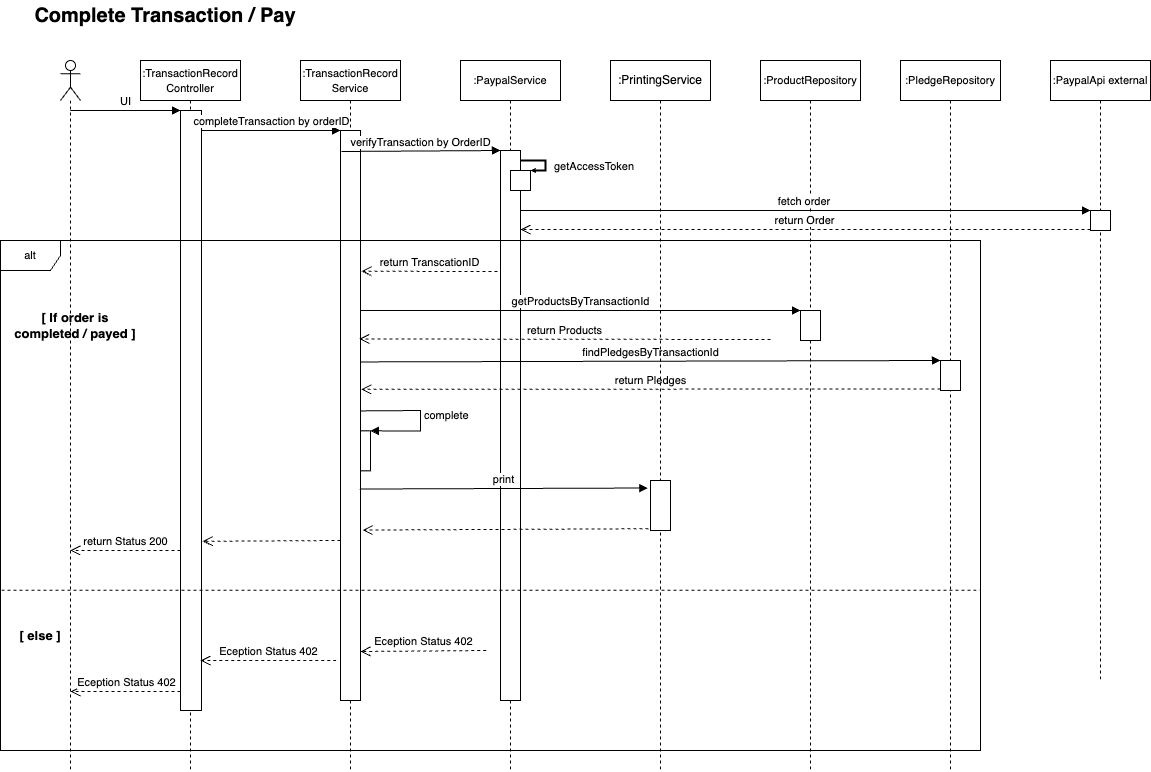
Before: diagrams/transactionComplete.drawio.png, a diagram exported from draw.io (SE-2-Wuhler/cash-register-system). Source tidied: cells renumbered, new cells last; positions are measured from the earlier drawing's top-left corner, leaving out a move shared by most shapes.
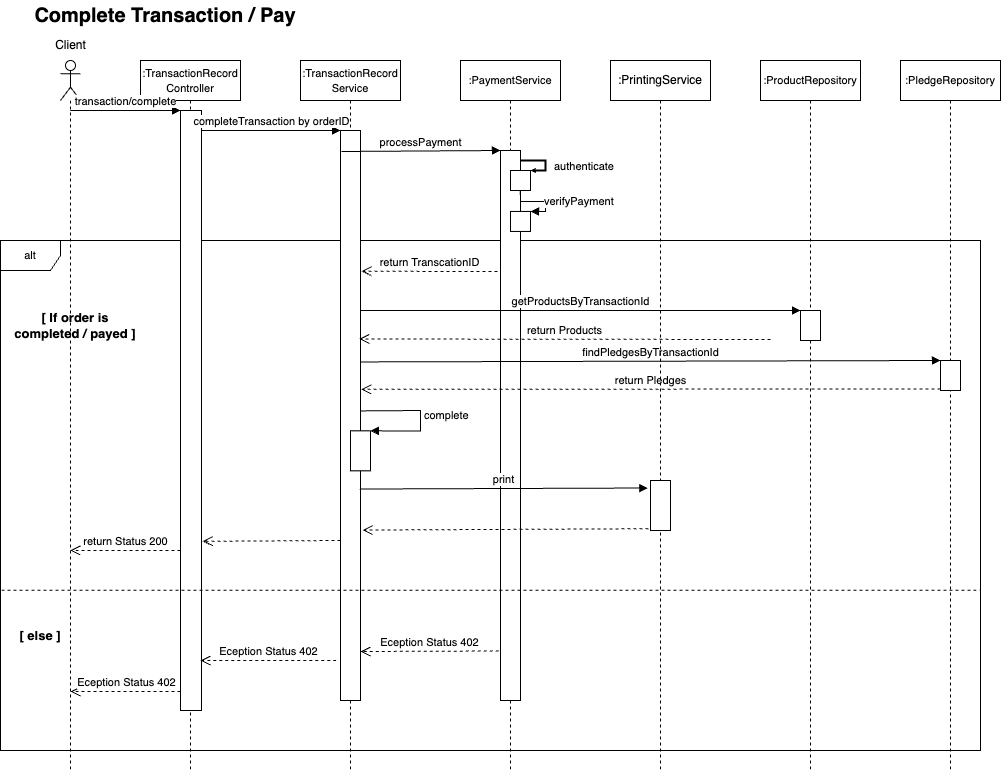
After the commit.

Diff of the diagram source:
```diff
@@ -2,6 +2,9 @@
   <root>
     <mxCell id="0" />
     <mxCell id="1" parent="0" />
+    <mxCell id="42" value="alt" style="shape=umlFrame;whiteSpace=wrap;html=1;fontSize=11;" parent="1" vertex="1">
+      <mxGeometry y="240" width="980" height="510" as="geometry" />
+    </mxCell>
     <mxCell id="2" value="&lt;font style=&quot;font-size: 11px;&quot;&gt;:TransactionRecord&lt;br&gt;Controller&lt;/font&gt;" style="shape=umlLifeline;perimeter=lifelinePerimeter;whiteSpace=wrap;html=1;" parent="1" vertex="1">
       <mxGeometry x="140" y="60" width="100" height="710" as="geometry" />
     </mxCell>
@@ -14,7 +17,7 @@
     <mxCell id="5" style="html=1;points=[];perimeter=orthogonalPerimeter;fontSize=11;" parent="4" vertex="1">
       <mxGeometry x="40" y="250" width="20" height="30" as="geometry" />
     </mxCell>
-    <mxCell id="6" value="&lt;font style=&quot;font-size: 11px;&quot;&gt;:PaypalService&lt;/font&gt;" style="shape=umlLifeline;perimeter=lifelinePerimeter;whiteSpace=wrap;html=1;" parent="1" vertex="1">
+    <mxCell id="6" value="&lt;font style=&quot;font-size: 11px;&quot;&gt;:PaymentService&lt;/font&gt;" style="shape=umlLifeline;perimeter=lifelinePerimeter;whiteSpace=wrap;html=1;" parent="1" vertex="1">
       <mxGeometry x="460" y="60" width="100" height="710" as="geometry" />
     </mxCell>
     <mxCell id="7" style="html=1;points=[];perimeter=orthogonalPerimeter;" parent="6" vertex="1">
@@ -23,7 +26,7 @@
     <mxCell id="8" style="html=1;points=[];perimeter=orthogonalPerimeter;fontSize=11;" parent="6" vertex="1">
       <mxGeometry x="50" y="110" width="20" height="20" as="geometry" />
     </mxCell>
-    <mxCell id="9" value="getAccessToken" style="edgeStyle=orthogonalEdgeStyle;html=1;align=left;spacingLeft=2;endArrow=block;rounded=0;entryX=1;entryY=0;strokeWidth=2;fontSize=11;endSize=0;jumpSize=12;" parent="6" edge="1" target="8">
+    <mxCell id="9" value="authenticate" style="edgeStyle=orthogonalEdgeStyle;html=1;align=left;spacingLeft=2;endArrow=block;rounded=0;entryX=1;entryY=0;strokeWidth=2;fontSize=11;endSize=0;jumpSize=12;" parent="6" edge="1" target="8">
       <mxGeometry x="0.23" y="5" relative="1" as="geometry">
         <mxPoint x="60" y="100" as="sourcePoint" />
         <Array as="points">
@@ -33,16 +36,23 @@
         </Array>
       </mxGeometry>
     </mxCell>
-    <mxCell id="10" value="&lt;font style=&quot;font-size: 11px;&quot;&gt;:PaypalApi external&lt;/font&gt;" style="shape=umlLifeline;perimeter=lifelinePerimeter;whiteSpace=wrap;html=1;" parent="1" vertex="1">
-      <mxGeometry x="1050" y="60" width="100" height="620" as="geometry" />
-    </mxCell>
-    <mxCell id="11" style="html=1;points=[];perimeter=orthogonalPerimeter;" parent="10" vertex="1">
-      <mxGeometry x="40" y="150" width="20" height="20" as="geometry" />
-    </mxCell>
+    <mxCell id="43" style="html=1;points=[];perimeter=orthogonalPerimeter;" parent="6" vertex="1">
+      <mxGeometry x="50" y="150.9" width="20" height="20" as="geometry" />
+    </mxCell>
+    <mxCell id="44" value="verifyPayment" style="edgeStyle=orthogonalEdgeStyle;html=1;align=left;spacingLeft=2;endArrow=block;rounded=0;entryX=1;entryY=0;exitX=1.043;exitY=0.091;exitDx=0;exitDy=0;exitPerimeter=0;" parent="6" edge="1" target="43">
+      <mxGeometry x="0.01" relative="1" as="geometry">
+        <mxPoint x="59.9" y="130" as="sourcePoint" />
+        <Array as="points">
+          <mxPoint x="60" y="141" />
+          <mxPoint x="85" y="141" />
+          <mxPoint x="85" y="151" />
+        </Array>
+      </mxGeometry>
+    </mxCell>
     <mxCell id="12" style="shape=umlLifeline;participant=umlActor;perimeter=lifelinePerimeter;whiteSpace=wrap;html=1;verticalAlign=top;spacingTop=36;outlineConnect=0;" parent="1" vertex="1">
       <mxGeometry x="60" y="60" width="20" height="710" as="geometry" />
     </mxCell>
-    <mxCell id="13" value="UI" style="html=1;verticalAlign=bottom;endArrow=block;entryX=0;entryY=0;" parent="1" edge="1" source="12" target="3">
+    <mxCell id="13" value="transaction/complete" style="html=1;verticalAlign=bottom;endArrow=block;entryX=0;entryY=0;" parent="1" edge="1" source="12" target="3">
       <mxGeometry relative="1" as="geometry" />
     </mxCell>
     <mxCell id="14" value="&lt;font style=&quot;font-size: 11px;&quot;&gt;:TransactionRecord&lt;br&gt;Service&lt;/font&gt;" style="shape=umlLifeline;perimeter=lifelinePerimeter;whiteSpace=wrap;html=1;" parent="1" vertex="1">
@@ -57,30 +67,20 @@
         </Array>
       </mxGeometry>
     </mxCell>
+    <mxCell id="17" style="html=1;points=[];perimeter=orthogonalPerimeter;" parent="14" vertex="1">
+      <mxGeometry x="40" y="70" width="20" height="570" as="geometry" />
+    </mxCell>
     <mxCell id="16" style="html=1;points=[];perimeter=orthogonalPerimeter;fontSize=11;" parent="14" vertex="1">
       <mxGeometry x="50" y="370.4" width="20" height="40" as="geometry" />
     </mxCell>
-    <mxCell id="17" style="html=1;points=[];perimeter=orthogonalPerimeter;" parent="14" vertex="1">
-      <mxGeometry x="40" y="70" width="20" height="570" as="geometry" />
-    </mxCell>
     <mxCell id="18" value="completeTransaction by orderID" style="html=1;verticalAlign=bottom;endArrow=block;entryX=0;entryY=0;" parent="1" edge="1" source="3" target="17">
       <mxGeometry relative="1" as="geometry" />
     </mxCell>
-    <mxCell id="19" value="verifyTransaction by OrderID" style="html=1;verticalAlign=bottom;endArrow=block;entryX=0;entryY=0;" parent="1" edge="1" target="7">
+    <mxCell id="19" value="processPayment" style="html=1;verticalAlign=bottom;endArrow=block;entryX=0;entryY=0;" parent="1" edge="1" target="7">
       <mxGeometry relative="1" as="geometry">
         <mxPoint x="341" y="151" as="sourcePoint" />
       </mxGeometry>
     </mxCell>
-    <mxCell id="20" value="fetch order&amp;nbsp;" style="html=1;verticalAlign=bottom;endArrow=block;entryX=0;entryY=0;" parent="1" edge="1" target="11">
-      <mxGeometry relative="1" as="geometry">
-        <mxPoint x="520" y="210" as="sourcePoint" />
-      </mxGeometry>
-    </mxCell>
-    <mxCell id="21" value="return Order" style="html=1;verticalAlign=bottom;endArrow=open;dashed=1;endSize=8;exitX=0;exitY=0.95;" parent="1" edge="1" source="11">
-      <mxGeometry relative="1" as="geometry">
-        <mxPoint x="520" y="229" as="targetPoint" />
-      </mxGeometry>
-    </mxCell>
     <mxCell id="22" value="return TranscationID" style="html=1;verticalAlign=bottom;endArrow=open;dashed=1;endSize=8;entryX=1.05;entryY=0.247;entryDx=0;entryDy=0;entryPerimeter=0;exitX=-0.15;exitY=0.22;exitDx=0;exitDy=0;exitPerimeter=0;" parent="1" edge="1" source="7" target="17">
       <mxGeometry relative="1" as="geometry" />
     </mxCell>
@@ -90,8 +90,10 @@
     <mxCell id="24" style="html=1;points=[];perimeter=orthogonalPerimeter;fontSize=11;" parent="23" vertex="1">
       <mxGeometry x="40" y="300" width="20" height="30" as="geometry" />
     </mxCell>
-    <mxCell id="25" value="getProductsByTransactionId" style="html=1;verticalAlign=bottom;endArrow=block;entryX=0;entryY=0;fontSize=11;" parent="1" edge="1" source="17" target="5">
-      <mxGeometry relative="1" as="geometry" />
+    <mxCell id="25" value="getProductsByTransactionId" style="html=1;verticalAlign=bottom;endArrow=block;entryX=0;entryY=0;fontSize=11;" parent="1" edge="1" target="5">
+      <mxGeometry relative="1" as="geometry">
+        <mxPoint x="360" y="310" as="sourcePoint" />
+      </mxGeometry>
     </mxCell>
     <mxCell id="26" value="return Products" style="html=1;verticalAlign=bottom;endArrow=open;dashed=1;endSize=8;fontSize=11;" parent="1" edge="1">
       <mxGeometry relative="1" as="geometry">
@@ -128,9 +130,8 @@
     <mxCell id="35" style="endArrow=none;dashed=1;html=1;fontSize=11;exitX=0.001;exitY=0.686;exitDx=0;exitDy=0;exitPerimeter=0;entryX=1;entryY=0.686;entryDx=0;entryDy=0;entryPerimeter=0;jumpSize=12;strokeWidth=1;" parent="1" edge="1" source="42" target="42">
       <mxGeometry relative="1" as="geometry" />
     </mxCell>
-    <mxCell id="36" value="Eception Status 402" style="html=1;verticalAlign=bottom;endArrow=open;dashed=1;endSize=8;exitX=0;exitY=0.95;" parent="1" edge="1">
+    <mxCell id="36" value="Eception Status 402" style="html=1;verticalAlign=bottom;endArrow=open;dashed=1;endSize=8;exitX=-0.09;exitY=0.91;exitDx=0;exitDy=0;exitPerimeter=0;" parent="1" edge="1" source="7">
       <mxGeometry relative="1" as="geometry">
-        <mxPoint x="485.8" y="650" as="sourcePoint" />
         <mxPoint x="360" y="651" as="targetPoint" />
       </mxGeometry>
     </mxCell>
@@ -157,8 +158,8 @@
         <mxPoint x="340" y="540" as="sourcePoint" />
       </mxGeometry>
     </mxCell>
-    <mxCell id="42" value="alt" style="shape=umlFrame;whiteSpace=wrap;html=1;fontSize=11;" parent="1" vertex="1">
-      <mxGeometry y="240" width="980" height="510" as="geometry" />
-    </mxCell>
+    <mxCell id="45" value="Client" style="text;html=1;align=center;verticalAlign=middle;strokeColor=none;fillColor=none;" parent="1" vertex="1">
+      <mxGeometry x="45" y="30" width="50" height="30" as="geometry" />
+    </mxCell>
   </root>
 </mxGraphModel>
```
